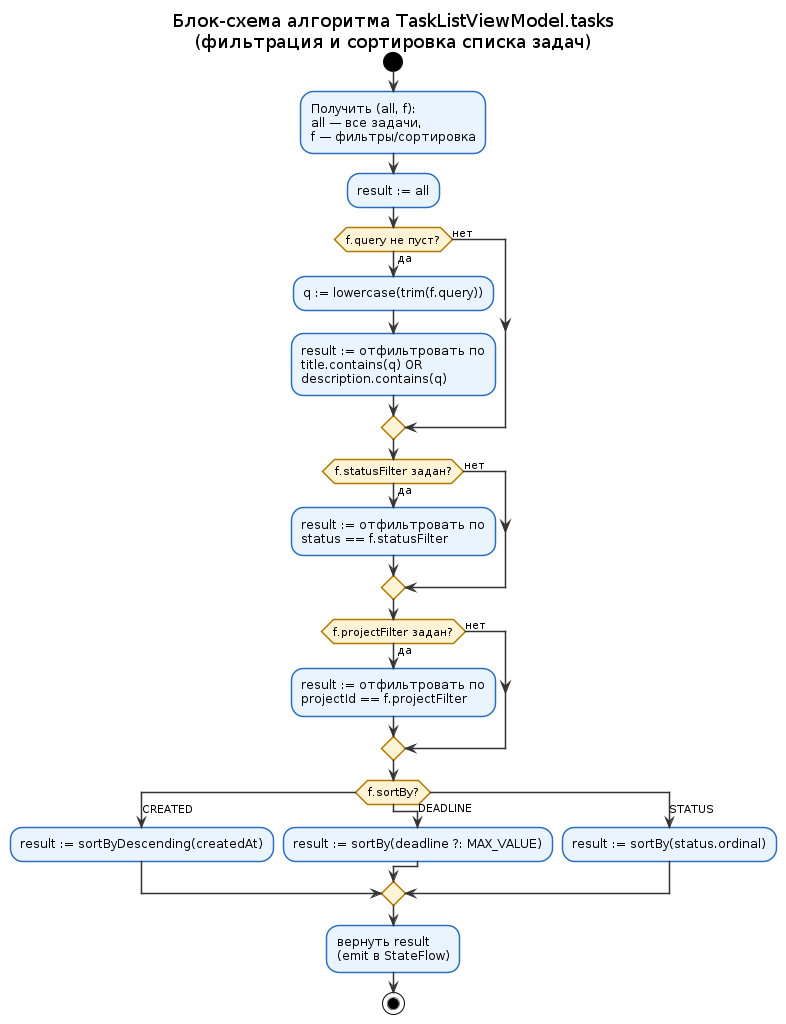
Before: docs/Flowchart_TaskListFilter.png, a diagram exported from PlantUML (molodoi1337/TaskTrackerSKB). Its source is kept beside it as docs/flowchart_tasklistfilter.puml.
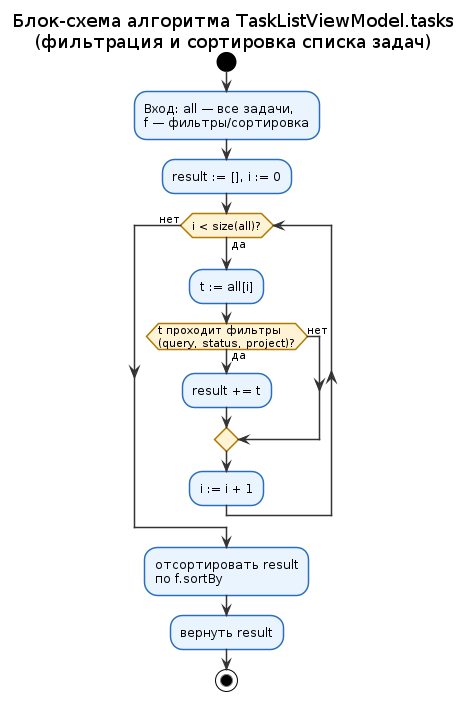
After the commit.

Commit message:
Compact TaskListFilter flowchart: single loop with predicate check

What changed in the source:
```diff
@@ -12,35 +12,20 @@
 
 start
 
-:Получить (all, f):\nall — все задачи,\nf — фильтры/сортировка;
-:result := all;
+:Вход: all — все задачи,\nf — фильтры/сортировка;
+:result := [], i := 0;
 
-if (f.query не пуст?) then (да)
-  :q := lowercase(trim(f.query));
-  :result := отфильтровать по\ntitle.contains(q) OR\ndescription.contains(q);
-else (нет)
-endif
+while (i < size(all)?) is (да)
+  :t := all[i];
+  if (t проходит фильтры\n(query, status, project)?) then (да)
+    :result += t;
+  else (нет)
+  endif
+  :i := i + 1;
+endwhile (нет)
 
-if (f.statusFilter задан?) then (да)
-  :result := отфильтровать по\nstatus == f.statusFilter;
-else (нет)
-endif
-
-if (f.projectFilter задан?) then (да)
-  :result := отфильтровать по\nprojectId == f.projectFilter;
-else (нет)
-endif
-
-switch (f.sortBy?)
-case (CREATED)
-  :result := sortByDescending(createdAt);
-case (DEADLINE)
-  :result := sortBy(deadline ?: MAX_VALUE);
-case (STATUS)
-  :result := sortBy(status.ordinal);
-endswitch
-
-:вернуть result\n(emit в StateFlow);
+:отсортировать result\nпо f.sortBy;
+:вернуть result;
 
 stop
 
```
